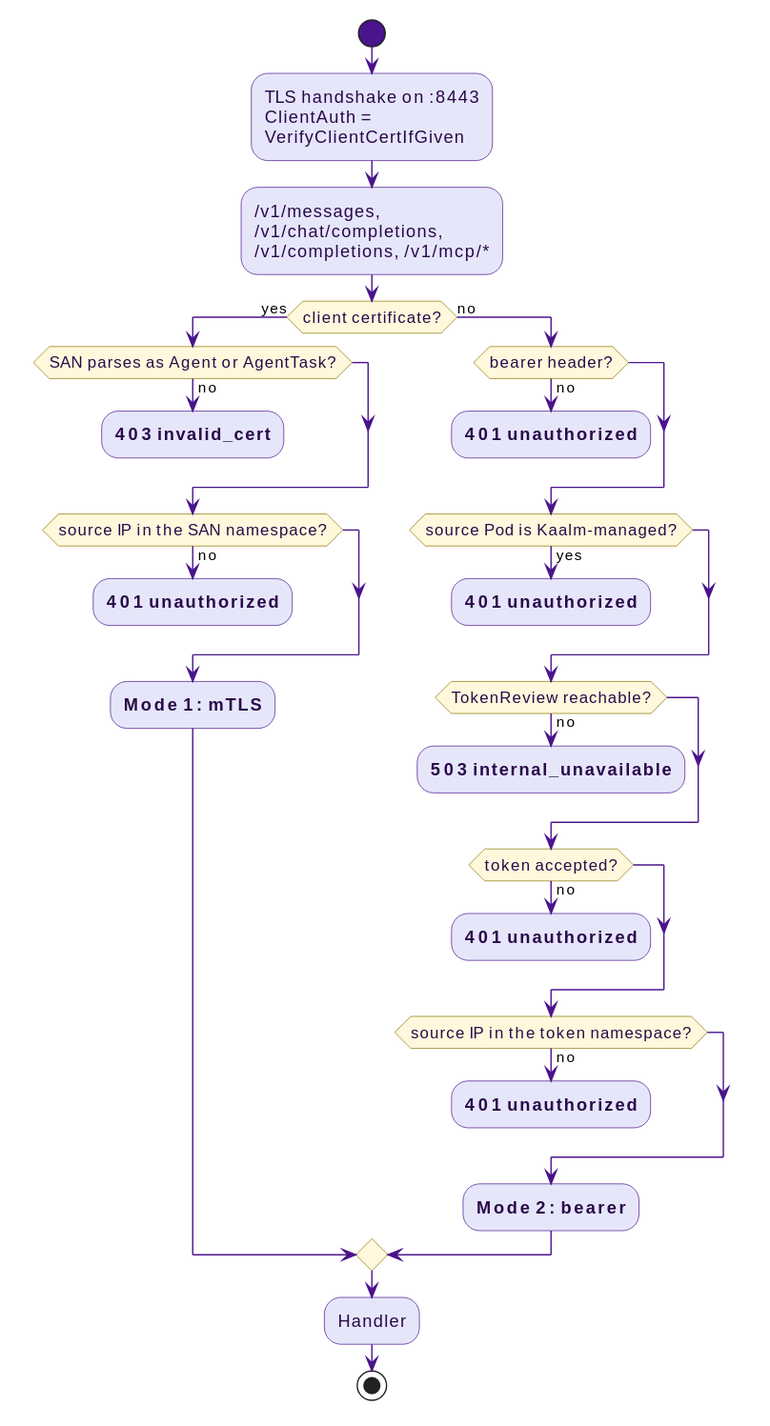
Earlier version of the PlantUML export docs/src/diagrams/per-path-auth-dual-mode.svg (win07xp/kaalm).
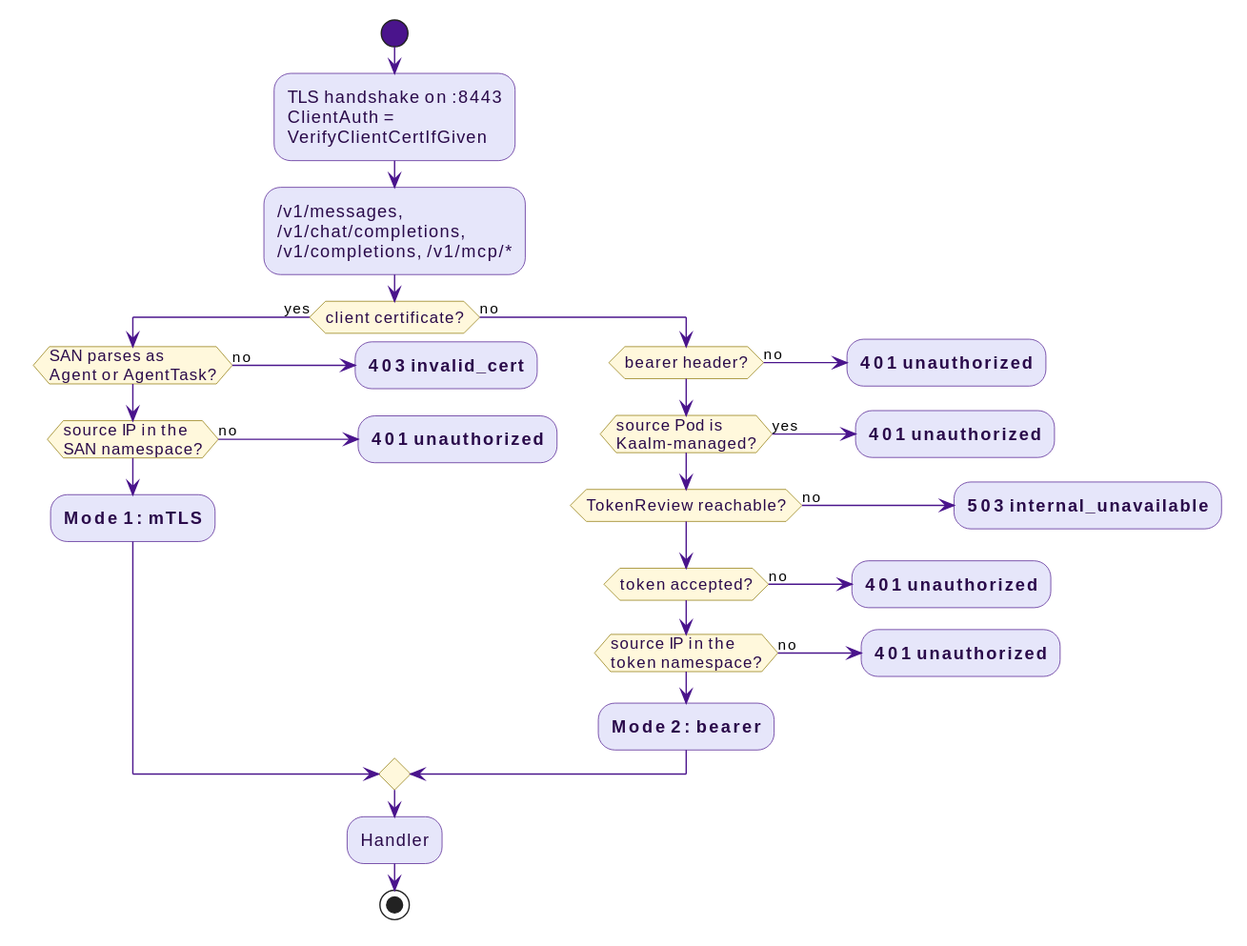
Above is the later version.

What changed in the source:
```diff
@@ -5,11 +5,11 @@
 :TLS handshake on :8443\nClientAuth = VerifyClientCertIfGiven;
 :/v1/messages, /v1/chat/completions,\n/v1/completions, /v1/mcp/*;
 if (client certificate?) then (yes)
-  if (SAN parses as Agent or AgentTask?) then (no)
+  if (SAN parses as\nAgent or AgentTask?) then (no)
     :**403 invalid_cert**;
     kill
   endif
-  if (source IP in the SAN namespace?) then (no)
+  if (source IP in the\nSAN namespace?) then (no)
     :**401 unauthorized**;
     kill
   endif
@@ -19,7 +19,7 @@
     :**401 unauthorized**;
     kill
   endif
-  if (source Pod is Kaalm-managed?) then (yes)
+  if (source Pod is\nKaalm-managed?) then (yes)
     :**401 unauthorized**;
     kill
   endif
@@ -31,7 +31,7 @@
     :**401 unauthorized**;
     kill
   endif
-  if (source IP in the token namespace?) then (no)
+  if (source IP in the\ntoken namespace?) then (no)
     :**401 unauthorized**;
     kill
   endif
```
